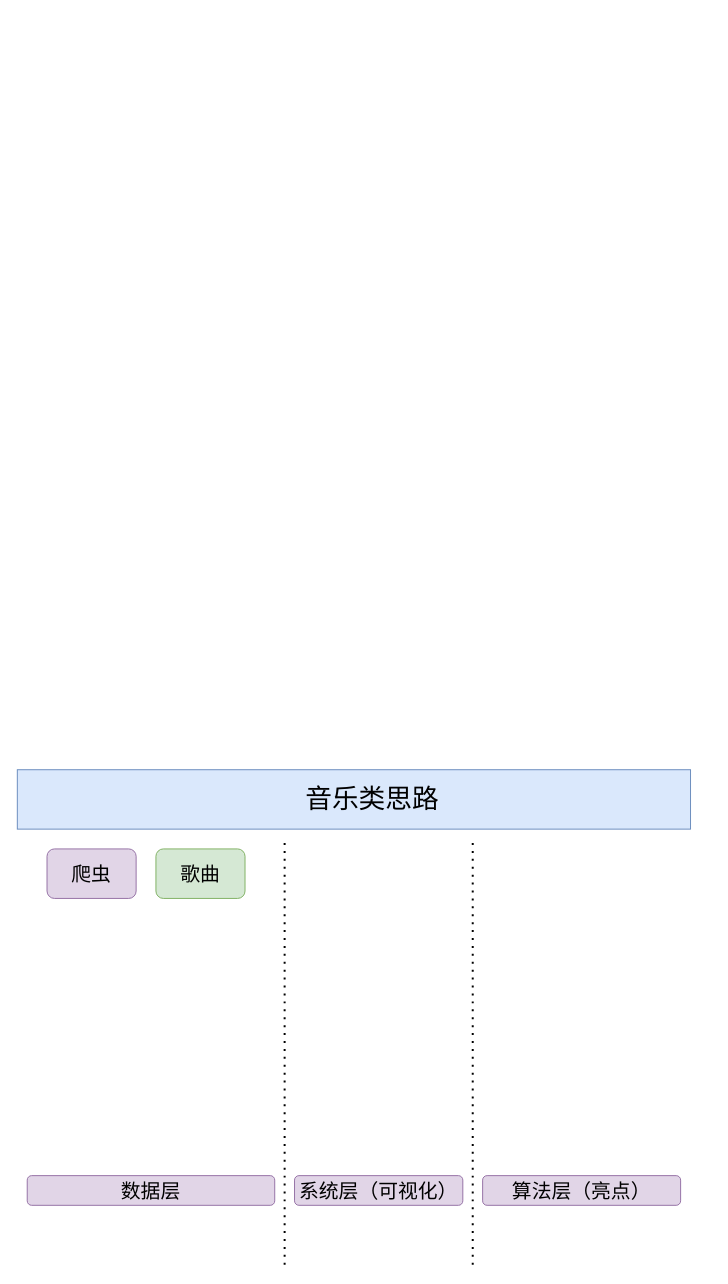
Above: FLASK/27Music.drawio in redcomet88/DRAW (draw.io), before the change. Source tidied: cells renumbered, new cells numbered last; positions are measured from the earlier drawing's top-left corner, leaving out a move shared by most shapes. Both pictures are drawn from the tidied source at 99%, with x=0, y=0 at pixel (17, 769).
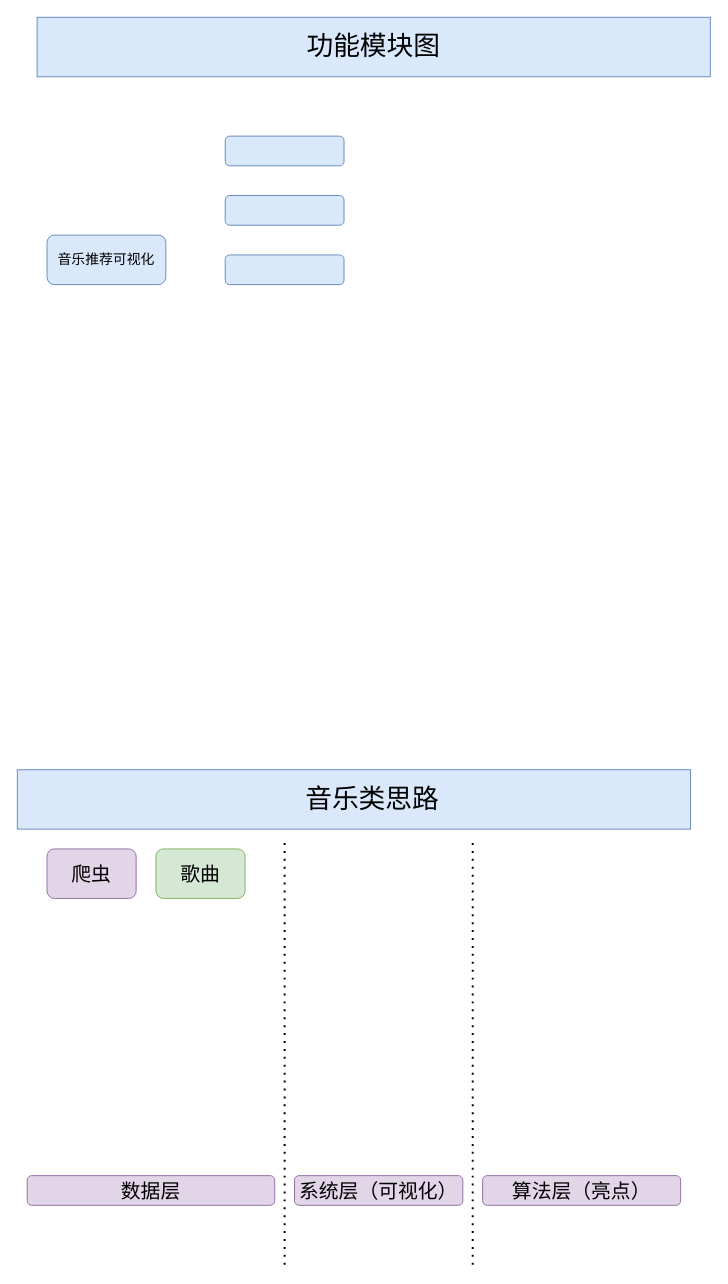
Above is the later version.

Change to the diagram source:
```diff
@@
 <mxGraphModel>
   <root>
     <mxCell id="0" />
     <mxCell id="1" parent="0" />
     <mxCell id="2" value="歌曲" style="rounded=1;whiteSpace=wrap;html=1;fontSize=20;fillColor=#d5e8d4;strokeColor=#82b366;" parent="1" vertex="1">
       <mxGeometry x="140" y="80" width="90" height="50" as="geometry" />
     </mxCell>
     <mxCell id="3" value="&amp;nbsp; &amp;nbsp; &amp;nbsp;音乐类思路" style="text;html=1;strokeColor=#6c8ebf;fillColor=#dae8fc;align=center;verticalAlign=middle;whiteSpace=wrap;rounded=0;fontSize=27;" parent="1" vertex="1">
       <mxGeometry width="680" height="60" as="geometry" />
     </mxCell>
     <mxCell id="4" value="爬虫" style="rounded=1;whiteSpace=wrap;html=1;fontSize=20;fillColor=#e1d5e7;strokeColor=#9673a6;" parent="1" vertex="1">
       <mxGeometry x="30" y="80" width="90" height="50" as="geometry" />
     </mxCell>
     <mxCell id="5" value="数据层" style="rounded=1;whiteSpace=wrap;html=1;fontSize=20;fillColor=#e1d5e7;strokeColor=#9673a6;" parent="1" vertex="1">
       <mxGeometry x="10" y="410" width="250" height="30" as="geometry" />
     </mxCell>
     <mxCell id="6" value="系统层（可视化）" style="rounded=1;whiteSpace=wrap;html=1;fontSize=20;fillColor=#e1d5e7;strokeColor=#9673a6;" parent="1" vertex="1">
       <mxGeometry x="280" y="410" width="170" height="30" as="geometry" />
     </mxCell>
     <mxCell id="7" value="算法层（亮点）" style="rounded=1;whiteSpace=wrap;html=1;fontSize=20;fillColor=#e1d5e7;strokeColor=#9673a6;" parent="1" vertex="1">
       <mxGeometry x="470" y="410" width="200" height="30" as="geometry" />
     </mxCell>
     <mxCell id="8" style="endArrow=none;dashed=1;html=1;dashPattern=1 3;strokeWidth=2;rounded=0;fontSize=20;" parent="1" edge="1">
       <mxGeometry relative="1" as="geometry">
         <mxPoint x="270" y="500" as="sourcePoint" />
         <mxPoint x="270" y="70" as="targetPoint" />
       </mxGeometry>
     </mxCell>
     <mxCell id="9" style="endArrow=none;dashed=1;html=1;dashPattern=1 3;strokeWidth=2;rounded=0;fontSize=20;" parent="1" edge="1">
       <mxGeometry relative="1" as="geometry">
         <mxPoint x="460" y="500" as="sourcePoint" />
         <mxPoint x="460" y="70" as="targetPoint" />
       </mxGeometry>
     </mxCell>
+    <mxCell id="10" value="功能模块图" style="text;html=1;strokeColor=#6c8ebf;fillColor=#dae8fc;align=center;verticalAlign=middle;whiteSpace=wrap;rounded=0;fontSize=27;" parent="1" vertex="1">
+      <mxGeometry x="20" y="-760" width="680" height="60" as="geometry" />
+    </mxCell>
+    <mxCell id="11" value="音乐推荐可视化" style="rounded=1;whiteSpace=wrap;html=1;fontSize=14;fillColor=#dae8fc;strokeColor=#6c8ebf;" parent="1" vertex="1">
+      <mxGeometry x="30" y="-540" width="120" height="50" as="geometry" />
+    </mxCell>
+    <mxCell id="12" style="rounded=1;whiteSpace=wrap;html=1;fontSize=14;fillColor=#dae8fc;strokeColor=#6c8ebf;" parent="1" vertex="1">
+      <mxGeometry x="210" y="-640" width="120" height="30" as="geometry" />
+    </mxCell>
+    <mxCell id="13" style="rounded=1;whiteSpace=wrap;html=1;fontSize=14;fillColor=#dae8fc;strokeColor=#6c8ebf;" parent="1" vertex="1">
+      <mxGeometry x="210" y="-580" width="120" height="30" as="geometry" />
+    </mxCell>
+    <mxCell id="14" style="rounded=1;whiteSpace=wrap;html=1;fontSize=14;fillColor=#dae8fc;strokeColor=#6c8ebf;" parent="1" vertex="1">
+      <mxGeometry x="210" y="-520" width="120" height="30" as="geometry" />
+    </mxCell>
   </root>
 </mxGraphModel>
```
